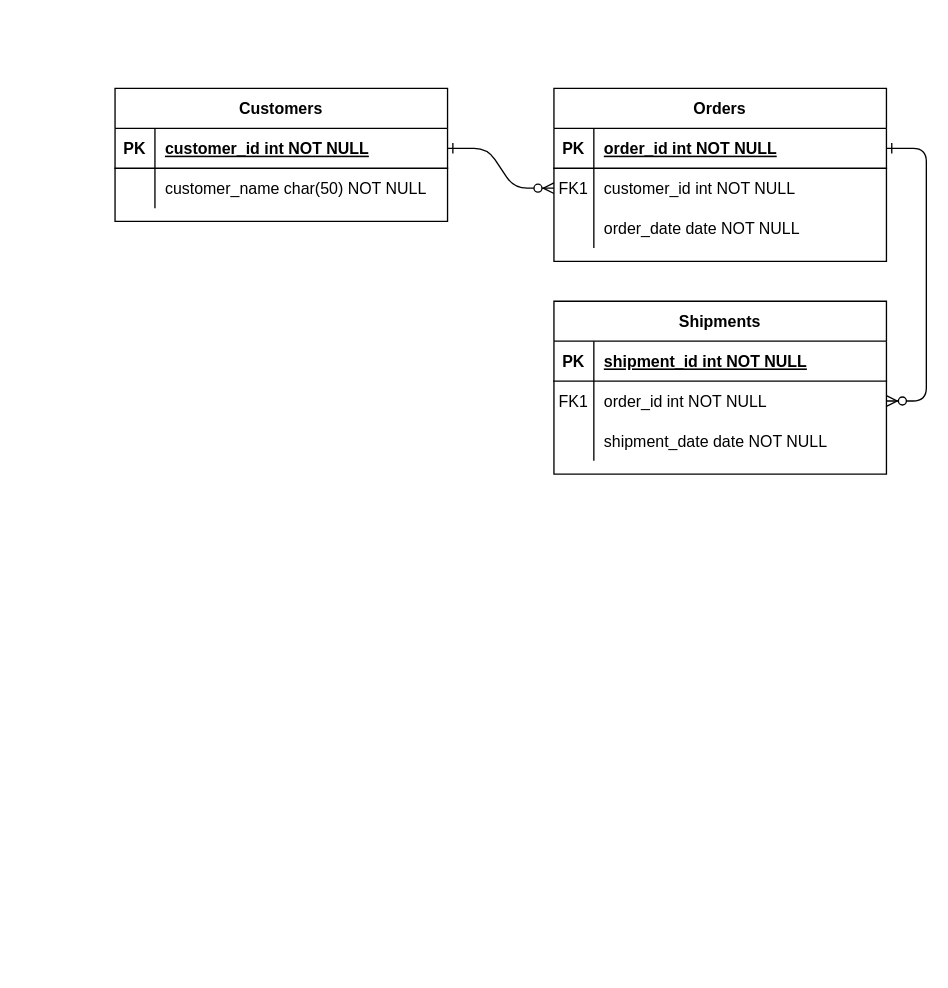
This is ERD.drawio from zaini24/Struktur-Data, a draw.io file, before an edit. Source tidied: cells renumbered, new cells numbered last; positions are measured from the earlier drawing's top-left corner, leaving out a move shared by most shapes. Both pictures are drawn from the tidied source at 133%, with x=0, y=0 at pixel (114, 88).
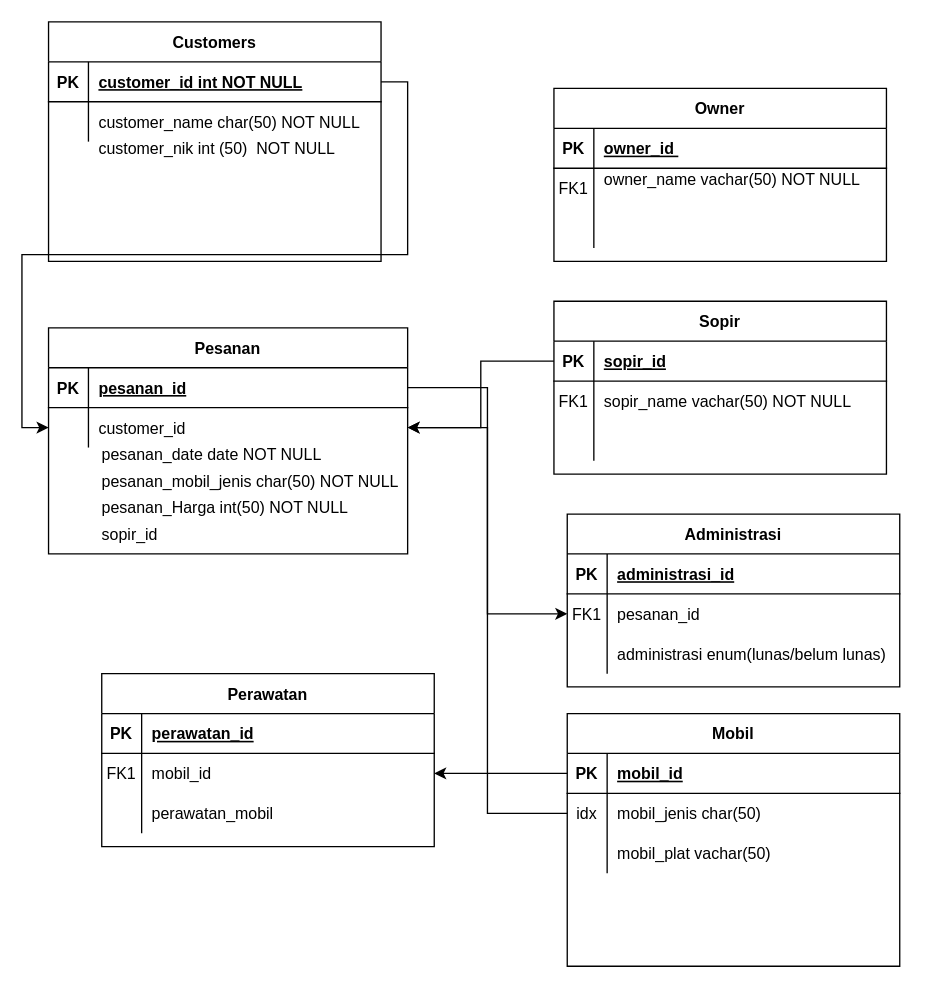
After the change.

The change refers to these unchanged cells:
```xml
<mxCell id="5" style="shape=partialRectangle;fillColor=none;points=[[0,0.5],[1,0.5]];portConstraint=eastwest;top=0;left=0;right=0;bottom=1;" parent="4" vertex="1">
  <mxGeometry y="30" width="250" height="30" as="geometry" />
</mxCell>
<mxCell id="8" style="shape=partialRectangle;fillColor=none;points=[[0,0.5],[1,0.5]];portConstraint=eastwest;top=0;left=0;right=0;bottom=0;" parent="4" vertex="1">
  <mxGeometry y="60" width="250" height="30" as="geometry" />
</mxCell>
<mxCell id="11" style="shape=partialRectangle;fillColor=none;top=0;left=0;right=0;bottom=0;" parent="4" vertex="1">
  <mxGeometry y="90" width="250" height="30" as="geometry" />
</mxCell>
<mxCell id="15" style="shape=partialRectangle;fillColor=none;points=[[0,0.5],[1,0.5]];portConstraint=eastwest;top=0;left=0;right=0;bottom=1;" parent="14" vertex="1">
  <mxGeometry y="30" width="250" height="30" as="geometry" />
</mxCell>
<mxCell id="18" style="shape=partialRectangle;fillColor=none;points=[[0,0.5],[1,0.5]];portConstraint=eastwest;top=0;left=0;right=0;bottom=0;" parent="14" vertex="1">
  <mxGeometry y="60" width="250" height="30" as="geometry" />
</mxCell>
<mxCell id="21" style="shape=partialRectangle;fillColor=none;top=0;left=0;right=0;bottom=0;" parent="14" vertex="1">
  <mxGeometry y="90" width="250" height="30" as="geometry" />
</mxCell>
<mxCell id="25" style="shape=partialRectangle;fillColor=none;points=[[0,0.5],[1,0.5]];portConstraint=eastwest;top=0;left=0;right=0;bottom=1;" parent="24" vertex="1">
  <mxGeometry y="30" width="250" height="30" as="geometry" />
</mxCell>
```

What changed in the source:
```diff
@@
-    <mxCell id="2" style="edgeStyle=entityRelationEdgeStyle;endArrow=ERzeroToMany;startArrow=ERone;endFill=1;startFill=0;" parent="1" edge="1" source="25" target="8">
-      <mxGeometry relative="1" as="geometry" />
-    </mxCell>
-    <mxCell id="3" style="edgeStyle=entityRelationEdgeStyle;endArrow=ERzeroToMany;startArrow=ERone;endFill=1;startFill=0;" parent="1" edge="1" source="5" target="18">
-      <mxGeometry relative="1" as="geometry" />
-    </mxCell>
-    <mxCell id="4" value="Orders" style="shape=table;startSize=30;childLayout=tableLayout;rowLines=0;fontStyle=1;align=center;" parent="1" vertex="1">
+    <mxCell id="4" value="Owner" style="shape=table;startSize=30;childLayout=tableLayout;rowLines=0;fontStyle=1;align=center;" parent="1" vertex="1">
       <mxGeometry x="330" width="250" height="130" as="geometry" />
     </mxCell>
@@
-    <mxCell id="7" value="order_id int NOT NULL " style="shape=partialRectangle;overflow=hidden;fillColor=none;top=0;left=0;bottom=0;right=0;align=left;spacingLeft=6;fontStyle=5;" parent="5" vertex="1">
+    <mxCell id="7" value="owner_id  " style="shape=partialRectangle;overflow=hidden;fillColor=none;top=0;left=0;bottom=0;right=0;align=left;spacingLeft=6;fontStyle=5;" parent="5" vertex="1">
       <mxGeometry x="30" width="220" height="30" as="geometry" />
     </mxCell>
@@
-    <mxCell id="10" value="customer_id int NOT NULL" style="shape=partialRectangle;overflow=hidden;fillColor=none;top=0;left=0;bottom=0;right=0;align=left;spacingLeft=6;" parent="8" vertex="1">
+    <mxCell id="10" value="owner_name vachar(50) NOT NULL&#10;" style="shape=partialRectangle;overflow=hidden;fillColor=none;top=0;left=0;bottom=0;right=0;align=left;spacingLeft=6;" parent="8" vertex="1">
       <mxGeometry x="30" width="220" height="30" as="geometry" />
     </mxCell>
@@
-    <mxCell id="13" value="order_date date NOT NULL" style="shape=partialRectangle;overflow=hidden;fillColor=none;top=0;left=0;bottom=0;right=0;align=left;spacingLeft=6;" parent="11" vertex="1">
+    <mxCell id="13" style="shape=partialRectangle;overflow=hidden;fillColor=none;top=0;left=0;bottom=0;right=0;align=left;spacingLeft=6;" parent="11" vertex="1">
       <mxGeometry x="30" width="220" height="30" as="geometry" />
     </mxCell>
-    <mxCell id="14" value="Shipments" style="shape=table;startSize=30;childLayout=tableLayout;rowLines=0;fontStyle=1;align=center;" parent="1" vertex="1">
+    <mxCell id="14" value="Sopir" style="shape=table;startSize=30;childLayout=tableLayout;rowLines=0;fontStyle=1;align=center;" parent="1" vertex="1">
       <mxGeometry x="330" y="160" width="250" height="130" as="geometry" />
     </mxCell>
@@
-    <mxCell id="17" value="shipment_id int NOT NULL " style="shape=partialRectangle;overflow=hidden;fillColor=none;top=0;left=0;bottom=0;right=0;align=left;spacingLeft=6;fontStyle=5;" parent="15" vertex="1">
+    <mxCell id="17" value="sopir_id" style="shape=partialRectangle;overflow=hidden;fillColor=none;top=0;left=0;bottom=0;right=0;align=left;spacingLeft=6;fontStyle=5;" parent="15" vertex="1">
       <mxGeometry x="30" width="220" height="30" as="geometry" />
     </mxCell>
@@
-    <mxCell id="20" value="order_id int NOT NULL" style="shape=partialRectangle;overflow=hidden;fillColor=none;top=0;left=0;bottom=0;right=0;align=left;spacingLeft=6;" parent="18" vertex="1">
+    <mxCell id="20" value="sopir_name vachar(50) NOT NULL" style="shape=partialRectangle;overflow=hidden;fillColor=none;top=0;left=0;bottom=0;right=0;align=left;spacingLeft=6;" parent="18" vertex="1">
       <mxGeometry x="30" width="220" height="30" as="geometry" />
     </mxCell>
@@
-    <mxCell id="23" value="shipment_date date NOT NULL" style="shape=partialRectangle;overflow=hidden;fillColor=none;top=0;left=0;bottom=0;right=0;align=left;spacingLeft=6;" parent="21" vertex="1">
+    <mxCell id="23" style="shape=partialRectangle;overflow=hidden;fillColor=none;top=0;left=0;bottom=0;right=0;align=left;spacingLeft=6;" parent="21" vertex="1">
       <mxGeometry x="30" width="220" height="30" as="geometry" />
     </mxCell>
+    <mxCell id="31" style="edgeStyle=orthogonalEdgeStyle;rounded=0;jettySize=auto;html=1;" parent="1" edge="1" source="25" target="38">
+      <mxGeometry relative="1" as="geometry" />
+    </mxCell>
+    <mxCell id="32" style="group;" parent="1" vertex="1">
+      <mxGeometry x="-50" y="180" width="270" height="170" as="geometry" />
+    </mxCell>
+    <mxCell id="33" value="pesanan_date date NOT NULL" style="shape=partialRectangle;overflow=hidden;fillColor=none;top=0;left=0;bottom=0;right=0;align=left;spacingLeft=6;" parent="32" vertex="1">
+      <mxGeometry x="32.4" y="80" width="237.6" height="30" as="geometry" />
+    </mxCell>
+    <mxCell id="34" value="Pesanan" style="shape=table;startSize=30;childLayout=tableLayout;rowLines=0;fontStyle=1;align=center;" parent="32" vertex="1">
+      <mxGeometry width="270" height="170" as="geometry" />
+    </mxCell>
+    <mxCell id="35" style="shape=partialRectangle;fillColor=none;points=[[0,0.5],[1,0.5]];portConstraint=eastwest;top=0;left=0;right=0;bottom=1;" parent="34" vertex="1">
+      <mxGeometry y="30" width="270" height="30" as="geometry" />
+    </mxCell>
+    <mxCell id="36" value="PK" style="shape=partialRectangle;overflow=hidden;fillColor=none;top=0;left=0;bottom=0;right=0;fontStyle=1;" parent="35" vertex="1">
+      <mxGeometry width="30" height="30" as="geometry" />
+    </mxCell>
+    <mxCell id="37" value="pesanan_id" style="shape=partialRectangle;overflow=hidden;fillColor=none;top=0;left=0;bottom=0;right=0;align=left;spacingLeft=6;fontStyle=5;" parent="35" vertex="1">
+      <mxGeometry x="30" width="240" height="30" as="geometry" />
+    </mxCell>
+    <mxCell id="38" style="shape=partialRectangle;fillColor=none;points=[[0,0.5],[1,0.5]];portConstraint=eastwest;top=0;left=0;right=0;bottom=0;" parent="34" vertex="1">
+      <mxGeometry y="60" width="270" height="30" as="geometry" />
+    </mxCell>
+    <mxCell id="39" style="shape=partialRectangle;overflow=hidden;fillColor=none;top=0;left=0;bottom=0;right=0;" parent="38" vertex="1">
+      <mxGeometry width="30" height="30" as="geometry" />
+    </mxCell>
+    <mxCell id="40" value="customer_id" style="shape=partialRectangle;overflow=hidden;fillColor=none;top=0;left=0;bottom=0;right=0;align=left;spacingLeft=6;" parent="38" vertex="1">
+      <mxGeometry x="30" width="240" height="30" as="geometry" />
+    </mxCell>
+    <mxCell id="41" value="pesanan_mobil_jenis char(50) NOT NULL" style="shape=partialRectangle;overflow=hidden;fillColor=none;top=0;left=0;bottom=0;right=0;align=left;spacingLeft=6;" parent="32" vertex="1">
+      <mxGeometry x="32.4" y="100" width="237.6" height="30" as="geometry" />
+    </mxCell>
+    <mxCell id="42" value="pesanan_Harga int(50) NOT NULL" style="shape=partialRectangle;overflow=hidden;fillColor=none;top=0;left=0;bottom=0;right=0;align=left;spacingLeft=6;" parent="32" vertex="1">
+      <mxGeometry x="32.4" y="120" width="237.6" height="30" as="geometry" />
+    </mxCell>
+    <mxCell id="43" value="sopir_id" style="shape=partialRectangle;overflow=hidden;fillColor=none;top=0;left=0;bottom=0;right=0;align=left;spacingLeft=6;" parent="32" vertex="1">
+      <mxGeometry x="32.4" y="140" width="237.6" height="30" as="geometry" />
+    </mxCell>
+    <mxCell id="44" style="group;" parent="1" vertex="1">
+      <mxGeometry x="-50" y="-50" width="250" height="180" as="geometry" />
+    </mxCell>
+    <mxCell id="45" value="customer_nik int (50)  NOT NULL" style="shape=partialRectangle;overflow=hidden;fillColor=none;top=0;left=0;bottom=0;right=0;align=left;spacingLeft=6;" parent="44" vertex="1">
+      <mxGeometry x="30" y="80" width="220" height="30" as="geometry" />
+    </mxCell>
-    <mxCell id="24" value="Customers" style="shape=table;startSize=30;childLayout=tableLayout;rowLines=0;fontStyle=1;align=center;" parent="1" vertex="1">
-      <mxGeometry width="250" height="100" as="geometry" />
+    <mxCell id="24" value="Customers" style="shape=table;startSize=30;childLayout=tableLayout;rowLines=0;fontStyle=1;align=center;" parent="44" vertex="1">
+      <mxGeometry width="250" height="180" as="geometry" />
     </mxCell>
@@
+    <mxCell id="46" value="Administrasi" style="shape=table;startSize=30;childLayout=tableLayout;rowLines=0;fontStyle=1;align=center;" parent="1" vertex="1">
+      <mxGeometry x="340" y="320" width="250" height="130" as="geometry" />
+    </mxCell>
+    <mxCell id="47" style="shape=partialRectangle;fillColor=none;top=0;left=0;right=0;bottom=1;" parent="46" vertex="1">
+      <mxGeometry y="30" width="250" height="30" as="geometry" />
+    </mxCell>
+    <mxCell id="48" value="PK" style="shape=partialRectangle;overflow=hidden;fillColor=none;top=0;left=0;bottom=0;right=0;fontStyle=1;" parent="47" vertex="1">
+      <mxGeometry width="30" height="30" as="geometry" />
+    </mxCell>
+    <mxCell id="49" value="administrasi_id" style="shape=partialRectangle;overflow=hidden;fillColor=none;top=0;left=0;bottom=0;right=0;align=left;spacingLeft=6;fontStyle=5;" parent="47" vertex="1">
+      <mxGeometry x="30" width="220" height="30" as="geometry" />
+    </mxCell>
+    <mxCell id="50" style="shape=partialRectangle;fillColor=none;points=[[0,0.5],[1,0.5]];portConstraint=eastwest;top=0;left=0;right=0;bottom=0;" parent="46" vertex="1">
+      <mxGeometry y="60" width="250" height="30" as="geometry" />
+    </mxCell>
+    <mxCell id="51" value="FK1" style="shape=partialRectangle;overflow=hidden;fillColor=none;top=0;left=0;bottom=0;right=0;" parent="50" vertex="1">
+      <mxGeometry width="30" height="30" as="geometry" />
+    </mxCell>
+    <mxCell id="52" value="pesanan_id" style="shape=partialRectangle;overflow=hidden;fillColor=none;top=0;left=0;bottom=0;right=0;align=left;spacingLeft=6;" parent="50" vertex="1">
+      <mxGeometry x="30" width="220" height="30" as="geometry" />
+    </mxCell>
+    <mxCell id="53" style="shape=partialRectangle;fillColor=none;top=0;left=0;right=0;bottom=0;" parent="46" vertex="1">
+      <mxGeometry y="90" width="250" height="30" as="geometry" />
+    </mxCell>
+    <mxCell id="54" style="shape=partialRectangle;overflow=hidden;fillColor=none;top=0;left=0;bottom=0;right=0;" parent="53" vertex="1">
+      <mxGeometry width="30" height="30" as="geometry" />
+    </mxCell>
+    <mxCell id="55" value="administrasi enum(lunas/belum lunas)" style="shape=partialRectangle;overflow=hidden;fillColor=none;top=0;left=0;bottom=0;right=0;align=left;spacingLeft=6;" parent="53" vertex="1">
+      <mxGeometry x="30" width="220" height="30" as="geometry" />
+    </mxCell>
+    <mxCell id="56" style="edgeStyle=orthogonalEdgeStyle;rounded=0;jettySize=auto;html=1;entryX=0;entryY=0.5;entryDx=0;entryDy=0;" parent="1" edge="1" source="35" target="50">
+      <mxGeometry relative="1" as="geometry" />
+    </mxCell>
+    <mxCell id="57" style="edgeStyle=orthogonalEdgeStyle;rounded=0;jettySize=auto;html=1;entryX=1;entryY=0.5;entryDx=0;entryDy=0;" parent="1" edge="1" source="15" target="38">
+      <mxGeometry relative="1" as="geometry" />
+    </mxCell>
+    <mxCell id="58" value="Perawatan" style="shape=table;startSize=30;childLayout=tableLayout;rowLines=0;fontStyle=1;align=center;" parent="1" vertex="1">
+      <mxGeometry x="-10" y="440" width="250" height="130" as="geometry" />
+    </mxCell>
+    <mxCell id="59" style="shape=partialRectangle;fillColor=none;top=0;left=0;right=0;bottom=1;" parent="58" vertex="1">
+      <mxGeometry y="30" width="250" height="30" as="geometry" />
+    </mxCell>
+    <mxCell id="60" value="PK" style="shape=partialRectangle;overflow=hidden;fillColor=none;top=0;left=0;bottom=0;right=0;fontStyle=1;" parent="59" vertex="1">
+      <mxGeometry width="30" height="30" as="geometry" />
+    </mxCell>
+    <mxCell id="61" value="perawatan_id" style="shape=partialRectangle;overflow=hidden;fillColor=none;top=0;left=0;bottom=0;right=0;align=left;spacingLeft=6;fontStyle=5;" parent="59" vertex="1">
+      <mxGeometry x="30" width="220" height="30" as="geometry" />
+    </mxCell>
+    <mxCell id="62" style="shape=partialRectangle;fillColor=none;points=[[0,0.5],[1,0.5]];portConstraint=eastwest;top=0;left=0;right=0;bottom=0;" parent="58" vertex="1">
+      <mxGeometry y="60" width="250" height="30" as="geometry" />
+    </mxCell>
+    <mxCell id="63" value="FK1" style="shape=partialRectangle;overflow=hidden;fillColor=none;top=0;left=0;bottom=0;right=0;" parent="62" vertex="1">
+      <mxGeometry width="30" height="30" as="geometry" />
+    </mxCell>
+    <mxCell id="64" value="mobil_id" style="shape=partialRectangle;overflow=hidden;fillColor=none;top=0;left=0;bottom=0;right=0;align=left;spacingLeft=6;" parent="62" vertex="1">
+      <mxGeometry x="30" width="220" height="30" as="geometry" />
+    </mxCell>
+    <mxCell id="65" style="shape=partialRectangle;fillColor=none;top=0;left=0;right=0;bottom=0;" parent="58" vertex="1">
+      <mxGeometry y="90" width="250" height="30" as="geometry" />
+    </mxCell>
+    <mxCell id="66" style="shape=partialRectangle;overflow=hidden;fillColor=none;top=0;left=0;bottom=0;right=0;" parent="65" vertex="1">
+      <mxGeometry width="30" height="30" as="geometry" />
+    </mxCell>
+    <mxCell id="67" value="perawatan_mobil" style="shape=partialRectangle;overflow=hidden;fillColor=none;top=0;left=0;bottom=0;right=0;align=left;spacingLeft=6;" parent="65" vertex="1">
+      <mxGeometry x="30" width="220" height="30" as="geometry" />
+    </mxCell>
+    <mxCell id="68" value="Mobil" style="shape=table;startSize=30;childLayout=tableLayout;rowLines=0;fontStyle=1;align=center;" parent="1" vertex="1">
+      <mxGeometry x="340" y="470" width="250" height="190" as="geometry" />
+    </mxCell>
+    <mxCell id="69" style="shape=partialRectangle;fillColor=none;points=[[0,0.5],[1,0.5]];portConstraint=eastwest;top=0;left=0;right=0;bottom=1;" parent="68" vertex="1">
+      <mxGeometry y="30" width="250" height="30" as="geometry" />
+    </mxCell>
+    <mxCell id="70" value="PK" style="shape=partialRectangle;overflow=hidden;fillColor=none;top=0;left=0;bottom=0;right=0;fontStyle=1;" parent="69" vertex="1">
+      <mxGeometry width="30" height="30" as="geometry" />
+    </mxCell>
+    <mxCell id="71" value="mobil_id" style="shape=partialRectangle;overflow=hidden;fillColor=none;top=0;left=0;bottom=0;right=0;align=left;spacingLeft=6;fontStyle=5;" parent="69" vertex="1">
+      <mxGeometry x="30" width="220" height="30" as="geometry" />
+    </mxCell>
+    <mxCell id="72" style="shape=partialRectangle;fillColor=none;points=[[0,0.5],[1,0.5]];portConstraint=eastwest;top=0;left=0;right=0;bottom=0;" parent="68" vertex="1">
+      <mxGeometry y="60" width="250" height="30" as="geometry" />
+    </mxCell>
+    <mxCell id="73" value="idx" style="shape=partialRectangle;overflow=hidden;fillColor=none;top=0;left=0;bottom=0;right=0;" parent="72" vertex="1">
+      <mxGeometry width="30" height="30" as="geometry" />
+    </mxCell>
+    <mxCell id="74" value="mobil_jenis char(50)" style="shape=partialRectangle;overflow=hidden;fillColor=none;top=0;left=0;bottom=0;right=0;align=left;spacingLeft=6;" parent="72" vertex="1">
+      <mxGeometry x="30" width="220" height="30" as="geometry" />
+    </mxCell>
+    <mxCell id="75" style="shape=partialRectangle;fillColor=none;top=0;left=0;right=0;bottom=0;" parent="68" vertex="1">
+      <mxGeometry y="90" width="250" height="30" as="geometry" />
+    </mxCell>
+    <mxCell id="76" style="shape=partialRectangle;overflow=hidden;fillColor=none;top=0;left=0;bottom=0;right=0;" parent="75" vertex="1">
+      <mxGeometry width="30" height="30" as="geometry" />
+    </mxCell>
+    <mxCell id="77" value="mobil_plat vachar(50)" style="shape=partialRectangle;overflow=hidden;fillColor=none;top=0;left=0;bottom=0;right=0;align=left;spacingLeft=6;" parent="75" vertex="1">
+      <mxGeometry x="30" width="220" height="30" as="geometry" />
+    </mxCell>
+    <mxCell id="78" style="shape=partialRectangle;fillColor=none;top=0;left=0;right=0;bottom=0;" parent="1" vertex="1">
+      <mxGeometry x="340" y="590" width="250" height="30" as="geometry" />
+    </mxCell>
+    <mxCell id="79" style="shape=partialRectangle;overflow=hidden;fillColor=none;top=0;left=0;bottom=0;right=0;" parent="78" vertex="1">
+      <mxGeometry width="30" height="30" as="geometry" />
+    </mxCell>
+    <mxCell id="80" style="shape=partialRectangle;overflow=hidden;fillColor=none;top=0;left=0;bottom=0;right=0;align=left;spacingLeft=6;" parent="78" vertex="1">
+      <mxGeometry x="30" width="220" height="30" as="geometry" />
+    </mxCell>
+    <mxCell id="81" style="edgeStyle=orthogonalEdgeStyle;rounded=0;jettySize=auto;html=1;entryX=1;entryY=0.5;entryDx=0;entryDy=0;" parent="1" edge="1" source="69" target="62">
+      <mxGeometry relative="1" as="geometry" />
+    </mxCell>
+    <mxCell id="82" style="edgeStyle=orthogonalEdgeStyle;rounded=0;jettySize=auto;html=1;entryX=1;entryY=0.5;entryDx=0;entryDy=0;" parent="1" edge="1" source="72" target="38">
+      <mxGeometry relative="1" as="geometry" />
+    </mxCell>
```
